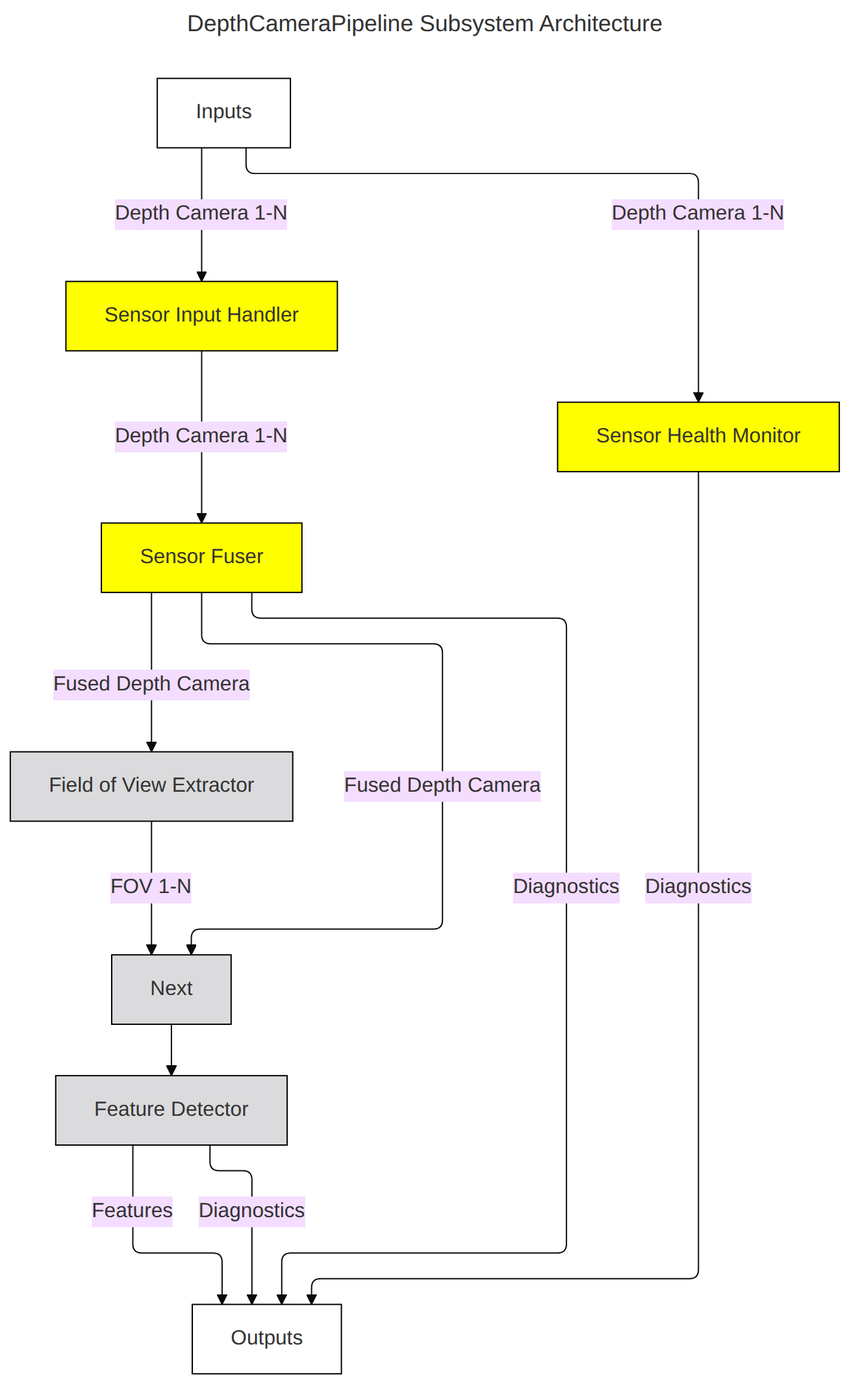
fastrobotics/robot_framework keeps this Mermaid diagram as Systems/Perception/Subsystems/DepthCameraPipeline/doc/mermaid/DepthCameraPipelineSubsystemArchitecture.png. Above is the earlier version. Its source is kept beside it as Systems/Perception/Subsystems/DepthCameraPipeline/doc/mermaid/DepthCameraPipelineSubsystemArchitecture.mmd.
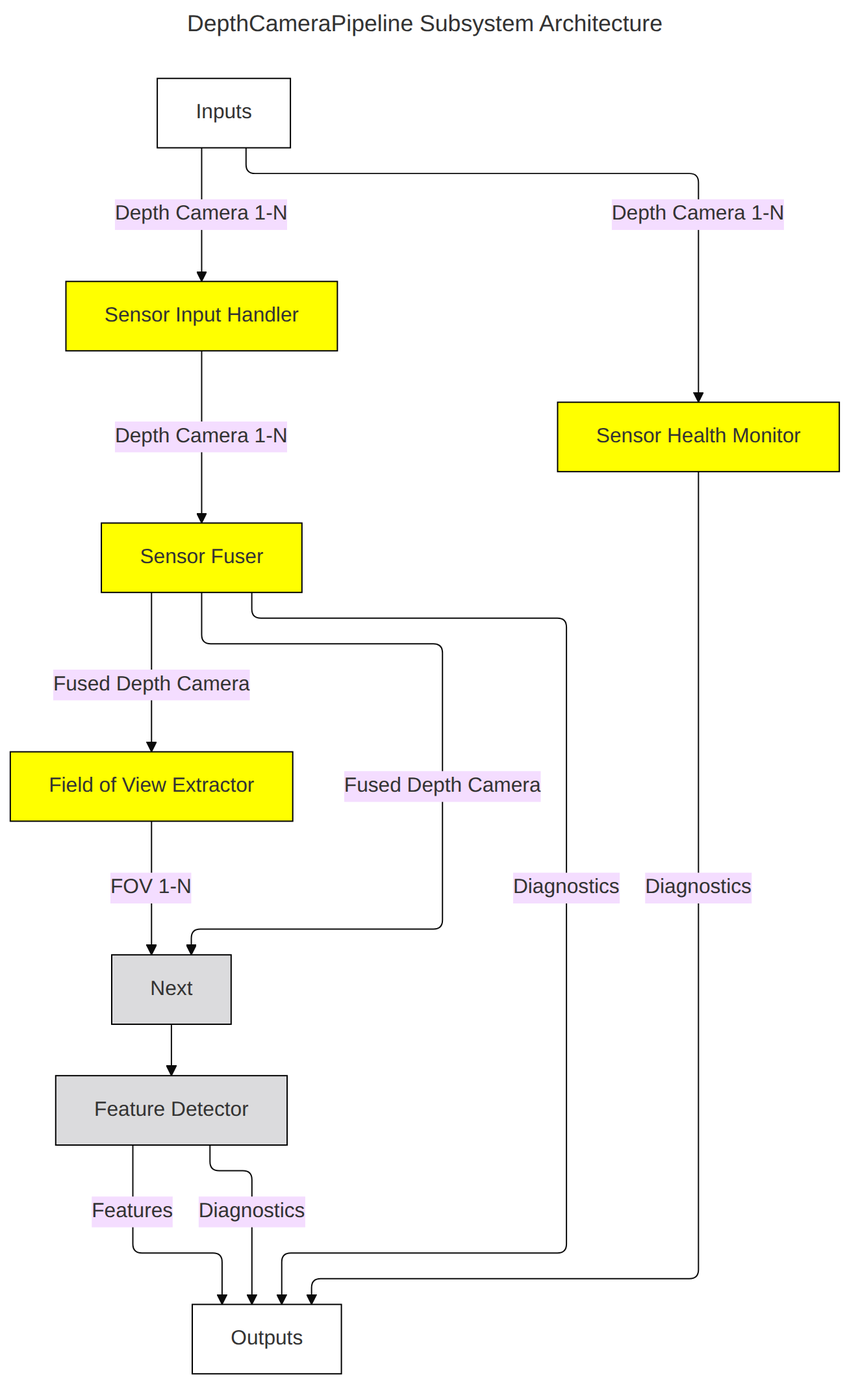
Above is the later version.

Change to the diagram source:
```diff
@@ -55,4 +55,4 @@
     FeatureDetector --> | Diagnostics | Outputs
 
     class Inputs,Outputs cssBoundary
-    class SensorInputHandler,SensorHealthMonitor,SensorFuser cssInvestigating
+    class SensorInputHandler,SensorHealthMonitor,SensorFuser,FOVExtractor cssInvestigating
```
